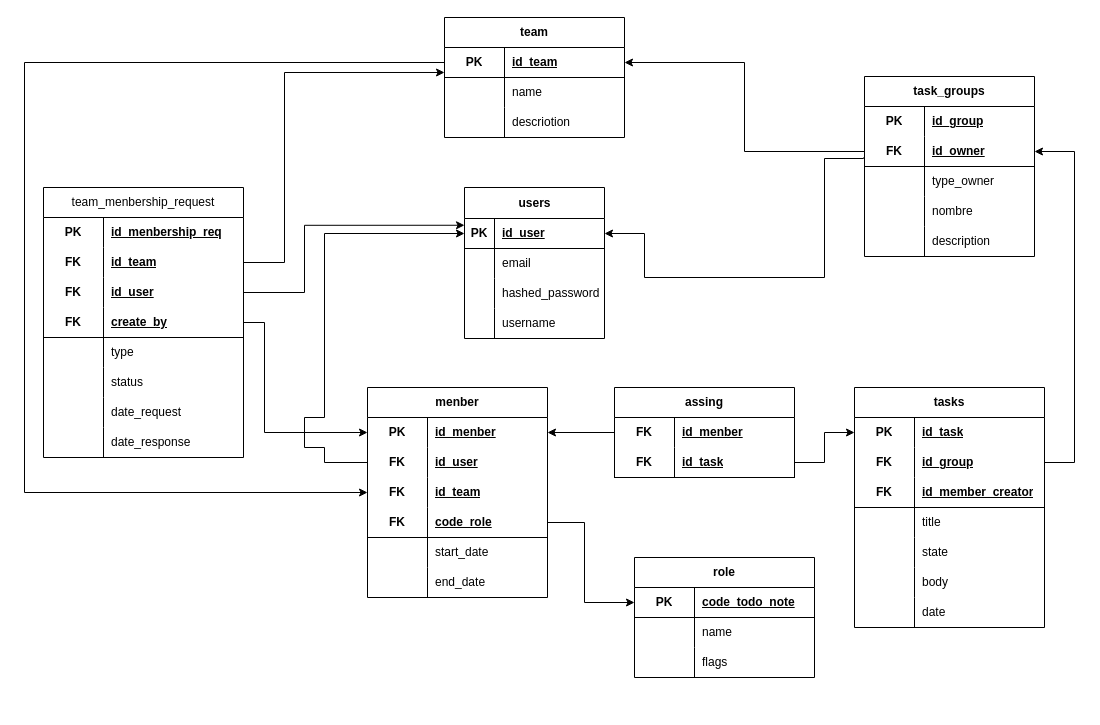
Earlier version of the draw.io diagram page "relational" (3 of 3) of docs/todo_app.drawio (XhuaSpy/task_system_for_teams). Source tidied: cells renumbered, new cells numbered last; positions are measured from the earlier drawing's top-left corner, leaving out a move shared by most shapes. Both pictures are drawn from the tidied source at 100%, with x=0, y=0 at pixel (24, 17).
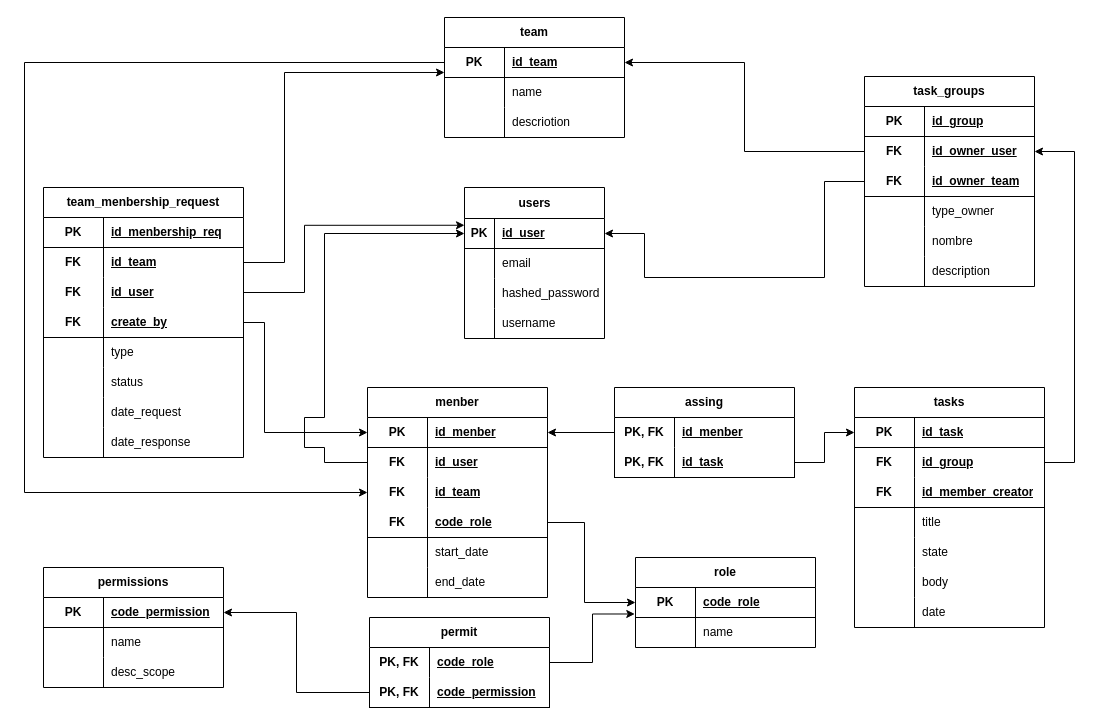
After the change.

Unchanged cells that the change refers to:
```xml
<mxCell id="3" style="shape=tableRow;horizontal=0;startSize=0;swimlaneHead=0;swimlaneBody=0;fillColor=none;points=[[0,0.5],[1,0.5]];portConstraint=eastwest;top=0;left=0;right=0;bottom=1;" parent="2" vertex="1">
  <mxGeometry y="31" width="140" height="30" as="geometry" />
</mxCell>
<mxCell id="32" style="shape=tableRow;horizontal=0;startSize=0;swimlaneHead=0;swimlaneBody=0;fillColor=none;points=[[0,0.5],[1,0.5]];portConstraint=eastwest;top=0;left=0;right=0;bottom=1;html=1;" parent="31" vertex="1">
  <mxGeometry y="30" width="180" height="30" as="geometry" />
</mxCell>
<mxCell id="41" value="menber" style="shape=table;startSize=30;childLayout=tableLayout;rowLines=0;fontStyle=1;align=center;html=1;whiteSpace=wrap;" parent="1" vertex="1">
  <mxGeometry x="343" y="370" width="180" height="210" as="geometry" />
</mxCell>
<mxCell id="61" style="shape=tableRow;horizontal=0;startSize=0;swimlaneHead=0;swimlaneBody=0;fillColor=none;points=[[0,0.5],[1,0.5]];portConstraint=eastwest;top=0;left=0;right=0;bottom=1;html=1;" parent="60" vertex="1">
  <mxGeometry y="30" width="180" height="30" as="geometry" />
</mxCell>
<mxCell id="96" style="shape=tableRow;horizontal=0;startSize=0;swimlaneHead=0;swimlaneBody=0;fillColor=none;points=[[0,0.5],[1,0.5]];portConstraint=eastwest;top=0;left=0;right=0;bottom=0;html=1;" parent="95" vertex="1">
  <mxGeometry y="30" width="180" height="30" as="geometry" />
</mxCell>
<mxCell id="99" style="shape=tableRow;horizontal=0;startSize=0;swimlaneHead=0;swimlaneBody=0;fillColor=none;points=[[0,0.5],[1,0.5]];portConstraint=eastwest;top=0;left=0;right=0;bottom=1;html=1;" parent="95" vertex="1">
  <mxGeometry y="60" width="180" height="30" as="geometry" />
</mxCell>
<mxCell id="102" value="tasks" style="shape=table;startSize=30;childLayout=tableLayout;rowLines=0;fontStyle=1;align=center;html=1;whiteSpace=wrap;" parent="1" vertex="1">
  <mxGeometry x="830" y="370" width="190" height="240" as="geometry" />
</mxCell>
```

Diff of the diagram source:
```diff
@@
     <mxCell id="15" value="task_groups" style="shape=table;startSize=30;childLayout=tableLayout;rowLines=0;fontStyle=1;align=center;html=1;whiteSpace=wrap;" parent="1" vertex="1">
-      <mxGeometry x="840" y="59" width="170" height="180" as="geometry" />
+      <mxGeometry x="840" y="59" width="170" height="210" as="geometry" />
     </mxCell>
-    <mxCell id="16" style="shape=tableRow;horizontal=0;startSize=0;swimlaneHead=0;swimlaneBody=0;fillColor=none;top=0;left=0;right=0;bottom=0;html=1;" parent="15" vertex="1">
+    <mxCell id="16" style="shape=tableRow;horizontal=0;startSize=0;swimlaneHead=0;swimlaneBody=0;fillColor=none;top=0;left=0;right=0;bottom=1;html=1;" parent="15" vertex="1">
       <mxGeometry y="30" width="170" height="30" as="geometry" />
     </mxCell>
@@
-    <mxCell id="19" style="shape=tableRow;horizontal=0;startSize=0;swimlaneHead=0;swimlaneBody=0;fillColor=none;points=[[0,0.5],[1,0.5]];portConstraint=eastwest;top=0;left=0;right=0;bottom=1;html=1;" parent="15" vertex="1">
+    <mxCell id="19" style="shape=tableRow;horizontal=0;startSize=0;swimlaneHead=0;swimlaneBody=0;fillColor=none;points=[[0,0.5],[1,0.5]];portConstraint=eastwest;top=0;left=0;right=0;bottom=0;html=1;" parent="15" vertex="1">
       <mxGeometry y="60" width="170" height="30" as="geometry" />
     </mxCell>
@@
-    <mxCell id="21" value="id_owner" style="shape=partialRectangle;fillColor=none;top=0;left=0;bottom=0;right=0;align=left;spacingLeft=6;fontStyle=5;overflow=hidden;html=1;whiteSpace=wrap;" parent="19" vertex="1">
+    <mxCell id="21" value="id_owner_user" style="shape=partialRectangle;fillColor=none;top=0;left=0;bottom=0;right=0;align=left;spacingLeft=6;fontStyle=5;overflow=hidden;html=1;whiteSpace=wrap;" parent="19" vertex="1">
       <mxGeometry x="60" width="110" height="30" as="geometry" />
     </mxCell>
+    <mxCell id="135" style="shape=tableRow;horizontal=0;startSize=0;swimlaneHead=0;swimlaneBody=0;fillColor=none;points=[[0,0.5],[1,0.5]];portConstraint=eastwest;top=0;left=0;right=0;bottom=1;html=1;" parent="15" vertex="1">
+      <mxGeometry y="90" width="170" height="30" as="geometry" />
+    </mxCell>
+    <mxCell id="136" value="FK" style="shape=partialRectangle;fillColor=none;top=0;left=0;bottom=0;right=0;fontStyle=1;overflow=hidden;html=1;whiteSpace=wrap;" parent="135" vertex="1">
+      <mxGeometry width="60" height="30" as="geometry" />
+    </mxCell>
+    <mxCell id="137" value="id_owner_team" style="shape=partialRectangle;fillColor=none;top=0;left=0;bottom=0;right=0;align=left;spacingLeft=6;fontStyle=5;overflow=hidden;html=1;whiteSpace=wrap;" parent="135" vertex="1">
+      <mxGeometry x="60" width="110" height="30" as="geometry" />
+    </mxCell>
     <mxCell id="22" style="shape=tableRow;horizontal=0;startSize=0;swimlaneHead=0;swimlaneBody=0;fillColor=none;top=0;left=0;right=0;bottom=0;html=1;" parent="15" vertex="1">
-      <mxGeometry y="90" width="170" height="30" as="geometry" />
+      <mxGeometry y="120" width="170" height="30" as="geometry" />
     </mxCell>
@@
     <mxCell id="25" style="shape=tableRow;horizontal=0;startSize=0;swimlaneHead=0;swimlaneBody=0;fillColor=none;top=0;left=0;right=0;bottom=0;html=1;" parent="15" vertex="1">
-      <mxGeometry y="120" width="170" height="30" as="geometry" />
+      <mxGeometry y="150" width="170" height="30" as="geometry" />
     </mxCell>
@@
     <mxCell id="28" style="shape=tableRow;horizontal=0;startSize=0;swimlaneHead=0;swimlaneBody=0;fillColor=none;top=0;left=0;right=0;bottom=0;html=1;" parent="15" vertex="1">
-      <mxGeometry y="150" width="170" height="30" as="geometry" />
+      <mxGeometry y="180" width="170" height="30" as="geometry" />
     </mxCell>
@@
     <mxCell id="31" value="role" style="shape=table;startSize=30;childLayout=tableLayout;rowLines=0;fontStyle=1;align=center;html=1;whiteSpace=wrap;" parent="1" vertex="1">
-      <mxGeometry x="610" y="540" width="180" height="120" as="geometry" />
+      <mxGeometry x="611" y="540" width="180" height="90" as="geometry" />
     </mxCell>
@@
-    <mxCell id="34" value="code_todo_note" style="shape=partialRectangle;fillColor=none;top=0;left=0;bottom=0;right=0;align=left;spacingLeft=6;fontStyle=5;overflow=hidden;html=1;whiteSpace=wrap;" parent="32" vertex="1">
+    <mxCell id="34" value="code_role" style="shape=partialRectangle;fillColor=none;top=0;left=0;bottom=0;right=0;align=left;spacingLeft=6;fontStyle=5;overflow=hidden;html=1;whiteSpace=wrap;" parent="32" vertex="1">
       <mxGeometry x="60" width="120" height="30" as="geometry" />
     </mxCell>
@@
-    <mxCell id="38" style="shape=tableRow;horizontal=0;startSize=0;swimlaneHead=0;swimlaneBody=0;fillColor=none;top=0;left=0;right=0;bottom=0;html=1;" parent="31" vertex="1">
-      <mxGeometry y="90" width="180" height="30" as="geometry" />
-    </mxCell>
-    <mxCell id="39" style="shape=partialRectangle;fillColor=none;top=0;left=0;bottom=0;right=0;overflow=hidden;html=1;whiteSpace=wrap;" parent="38" vertex="1">
-      <mxGeometry width="60" height="30" as="geometry" />
-    </mxCell>
-    <mxCell id="40" value="flags" style="shape=partialRectangle;fillColor=none;top=0;left=0;bottom=0;right=0;align=left;spacingLeft=6;overflow=hidden;html=1;whiteSpace=wrap;" parent="38" vertex="1">
-      <mxGeometry x="60" width="120" height="30" as="geometry" />
-    </mxCell>
@@
-    <mxCell id="42" style="shape=tableRow;horizontal=0;startSize=0;swimlaneHead=0;swimlaneBody=0;fillColor=none;points=[[0,0.5],[1,0.5]];portConstraint=eastwest;top=0;left=0;right=0;bottom=0;html=1;" parent="41" vertex="1">
+    <mxCell id="42" style="shape=tableRow;horizontal=0;startSize=0;swimlaneHead=0;swimlaneBody=0;fillColor=none;points=[[0,0.5],[1,0.5]];portConstraint=eastwest;top=0;left=0;right=0;bottom=1;html=1;" parent="41" vertex="1">
       <mxGeometry y="30" width="180" height="30" as="geometry" />
     </mxCell>
@@
-    <mxCell id="70" value="&lt;span style=&quot;font-weight: 400;&quot;&gt;team_menbership_request&lt;/span&gt;" style="shape=table;startSize=30;childLayout=tableLayout;rowLines=0;fontStyle=1;align=center;html=1;whiteSpace=wrap;" parent="1" vertex="1">
+    <mxCell id="70" value="team_menbership_request" style="shape=table;startSize=30;childLayout=tableLayout;rowLines=0;fontStyle=1;align=center;html=1;whiteSpace=wrap;" parent="1" vertex="1">
       <mxGeometry x="19" y="170" width="200" height="270" as="geometry" />
     </mxCell>
-    <mxCell id="71" style="shape=tableRow;horizontal=0;startSize=0;swimlaneHead=0;swimlaneBody=0;fillColor=none;top=0;left=0;right=0;bottom=0;html=1;" parent="70" vertex="1">
+    <mxCell id="71" style="shape=tableRow;horizontal=0;startSize=0;swimlaneHead=0;swimlaneBody=0;fillColor=none;top=0;left=0;right=0;bottom=1;html=1;" parent="70" vertex="1">
       <mxGeometry y="30" width="200" height="30" as="geometry" />
     </mxCell>
@@
-    <mxCell id="97" value="FK" style="shape=partialRectangle;fillColor=none;top=0;left=0;bottom=0;right=0;fontStyle=1;overflow=hidden;html=1;whiteSpace=wrap;" parent="96" vertex="1">
+    <mxCell id="97" value="PK, FK" style="shape=partialRectangle;fillColor=none;top=0;left=0;bottom=0;right=0;fontStyle=1;overflow=hidden;html=1;whiteSpace=wrap;" parent="96" vertex="1">
       <mxGeometry width="60" height="30" as="geometry" />
     </mxCell>
@@
-    <mxCell id="100" value="FK" style="shape=partialRectangle;fillColor=none;top=0;left=0;bottom=0;right=0;fontStyle=1;overflow=hidden;html=1;whiteSpace=wrap;" parent="99" vertex="1">
+    <mxCell id="100" value="PK, FK" style="shape=partialRectangle;fillColor=none;top=0;left=0;bottom=0;right=0;fontStyle=1;overflow=hidden;html=1;whiteSpace=wrap;" parent="99" vertex="1">
       <mxGeometry width="60" height="30" as="geometry" />
     </mxCell>
@@
-    <mxCell id="103" style="shape=tableRow;horizontal=0;startSize=0;swimlaneHead=0;swimlaneBody=0;fillColor=none;points=[[0,0.5],[1,0.5]];portConstraint=eastwest;top=0;left=0;right=0;bottom=0;html=1;" parent="102" vertex="1">
+    <mxCell id="103" style="shape=tableRow;horizontal=0;startSize=0;swimlaneHead=0;swimlaneBody=0;fillColor=none;points=[[0,0.5],[1,0.5]];portConstraint=eastwest;top=0;left=0;right=0;bottom=1;html=1;" parent="102" vertex="1">
       <mxGeometry y="30" width="190" height="30" as="geometry" />
     </mxCell>
@@
-    <mxCell id="129" style="edgeStyle=orthogonalEdgeStyle;rounded=0;jettySize=auto;html=1;entryX=1;entryY=0.5;entryDx=0;entryDy=0;" parent="1" edge="1" source="19" target="61">
+    <mxCell id="129" style="edgeStyle=orthogonalEdgeStyle;rounded=0;jettySize=auto;html=1;entryX=1;entryY=0.5;entryDx=0;entryDy=0;exitX=0;exitY=0.5;exitDx=0;exitDy=0;" parent="1" edge="1" source="19" target="61">
       <mxGeometry relative="1" as="geometry" />
     </mxCell>
-    <mxCell id="130" style="edgeStyle=orthogonalEdgeStyle;rounded=0;jettySize=auto;html=1;entryX=1;entryY=0.5;entryDx=0;entryDy=0;" parent="1" edge="1" target="3">
+    <mxCell id="130" style="edgeStyle=orthogonalEdgeStyle;rounded=0;jettySize=auto;html=1;entryX=1;entryY=0.5;entryDx=0;entryDy=0;exitX=0;exitY=0.5;exitDx=0;exitDy=0;" parent="1" edge="1" source="135" target="3">
       <mxGeometry relative="1" as="geometry">
-        <mxPoint x="839" y="140" as="sourcePoint" />
         <Array as="points">
-          <mxPoint x="800" y="141" />
+          <mxPoint x="800" y="164" />
           <mxPoint x="800" y="260" />
           <mxPoint x="620" y="260" />
           <mxPoint x="620" y="216" />
         </Array>
       </mxGeometry>
     </mxCell>
@@
+    <mxCell id="138" value="permissions" style="shape=table;startSize=30;childLayout=tableLayout;rowLines=0;fontStyle=1;align=center;html=1;whiteSpace=wrap;" parent="1" vertex="1">
+      <mxGeometry x="19" y="550" width="180" height="120" as="geometry" />
+    </mxCell>
+    <mxCell id="139" style="shape=tableRow;horizontal=0;startSize=0;swimlaneHead=0;swimlaneBody=0;fillColor=none;points=[[0,0.5],[1,0.5]];portConstraint=eastwest;top=0;left=0;right=0;bottom=1;html=1;" parent="138" vertex="1">
+      <mxGeometry y="30" width="180" height="30" as="geometry" />
+    </mxCell>
+    <mxCell id="140" value="PK" style="shape=partialRectangle;fillColor=none;top=0;left=0;bottom=0;right=0;fontStyle=1;overflow=hidden;html=1;whiteSpace=wrap;" parent="139" vertex="1">
+      <mxGeometry width="60" height="30" as="geometry" />
+    </mxCell>
+    <mxCell id="141" value="code_permission" style="shape=partialRectangle;fillColor=none;top=0;left=0;bottom=0;right=0;align=left;spacingLeft=6;fontStyle=5;overflow=hidden;html=1;whiteSpace=wrap;" parent="139" vertex="1">
+      <mxGeometry x="60" width="120" height="30" as="geometry" />
+    </mxCell>
+    <mxCell id="142" style="shape=tableRow;horizontal=0;startSize=0;swimlaneHead=0;swimlaneBody=0;fillColor=none;top=0;left=0;right=0;bottom=0;html=1;" parent="138" vertex="1">
+      <mxGeometry y="60" width="180" height="30" as="geometry" />
+    </mxCell>
+    <mxCell id="143" style="shape=partialRectangle;fillColor=none;top=0;left=0;bottom=0;right=0;overflow=hidden;html=1;whiteSpace=wrap;" parent="142" vertex="1">
+      <mxGeometry width="60" height="30" as="geometry" />
+    </mxCell>
+    <mxCell id="144" value="name" style="shape=partialRectangle;fillColor=none;top=0;left=0;bottom=0;right=0;align=left;spacingLeft=6;overflow=hidden;html=1;whiteSpace=wrap;" parent="142" vertex="1">
+      <mxGeometry x="60" width="120" height="30" as="geometry" />
+    </mxCell>
+    <mxCell id="38" style="shape=tableRow;horizontal=0;startSize=0;swimlaneHead=0;swimlaneBody=0;fillColor=none;top=0;left=0;right=0;bottom=0;html=1;" parent="138" vertex="1">
+      <mxGeometry y="90" width="180" height="30" as="geometry" />
+    </mxCell>
+    <mxCell id="145" style="shape=partialRectangle;fillColor=none;top=0;left=0;bottom=0;right=0;overflow=hidden;html=1;whiteSpace=wrap;" parent="38" vertex="1">
+      <mxGeometry width="60" height="30" as="geometry" />
+    </mxCell>
+    <mxCell id="146" value="desc_scope" style="shape=partialRectangle;fillColor=none;top=0;left=0;bottom=0;right=0;align=left;spacingLeft=6;overflow=hidden;html=1;whiteSpace=wrap;" parent="38" vertex="1">
+      <mxGeometry x="60" width="120" height="30" as="geometry" />
+    </mxCell>
+    <mxCell id="147" value="&lt;b style=&quot;&quot;&gt;&lt;font&gt;permit&lt;/font&gt;&lt;/b&gt;" style="shape=table;startSize=30;childLayout=tableLayout;rowLines=0;fontStyle=1;align=center;html=1;whiteSpace=wrap;" parent="1" vertex="1">
+      <mxGeometry x="345" y="600" width="180" height="90" as="geometry" />
+    </mxCell>
+    <mxCell id="148" style="shape=tableRow;horizontal=0;startSize=0;swimlaneHead=0;swimlaneBody=0;fillColor=none;points=[[0,0.5],[1,0.5]];portConstraint=eastwest;top=0;left=0;right=0;bottom=0;html=1;" parent="147" vertex="1">
+      <mxGeometry y="30" width="180" height="30" as="geometry" />
+    </mxCell>
+    <mxCell id="149" value="PK, FK" style="shape=partialRectangle;fillColor=none;top=0;left=0;bottom=0;right=0;fontStyle=1;overflow=hidden;html=1;whiteSpace=wrap;" parent="148" vertex="1">
+      <mxGeometry width="60" height="30" as="geometry" />
+    </mxCell>
+    <mxCell id="150" value="code_role" style="shape=partialRectangle;fillColor=none;top=0;left=0;bottom=0;right=0;align=left;spacingLeft=6;fontStyle=5;overflow=hidden;html=1;whiteSpace=wrap;" parent="148" vertex="1">
+      <mxGeometry x="60" width="120" height="30" as="geometry" />
+    </mxCell>
+    <mxCell id="151" style="shape=tableRow;horizontal=0;startSize=0;swimlaneHead=0;swimlaneBody=0;fillColor=none;points=[[0,0.5],[1,0.5]];portConstraint=eastwest;top=0;left=0;right=0;bottom=1;html=1;" parent="147" vertex="1">
+      <mxGeometry y="60" width="180" height="30" as="geometry" />
+    </mxCell>
+    <mxCell id="152" value="PK, FK" style="shape=partialRectangle;fillColor=none;top=0;left=0;bottom=0;right=0;fontStyle=1;overflow=hidden;html=1;whiteSpace=wrap;" parent="151" vertex="1">
+      <mxGeometry width="60" height="30" as="geometry" />
+    </mxCell>
+    <mxCell id="153" value="code_permission" style="shape=partialRectangle;fillColor=none;top=0;left=0;bottom=0;right=0;align=left;spacingLeft=6;fontStyle=5;overflow=hidden;html=1;whiteSpace=wrap;" parent="151" vertex="1">
+      <mxGeometry x="60" width="120" height="30" as="geometry" />
+    </mxCell>
+    <mxCell id="154" style="edgeStyle=orthogonalEdgeStyle;rounded=0;jettySize=auto;html=1;exitX=1;exitY=0.5;exitDx=0;exitDy=0;entryX=0;entryY=0.5;entryDx=0;entryDy=0;startArrow=classic;startFill=1;endArrow=none;endFill=0;" parent="1" edge="1" source="139" target="151">
+      <mxGeometry relative="1" as="geometry" />
+    </mxCell>
+    <mxCell id="155" style="edgeStyle=orthogonalEdgeStyle;rounded=0;jettySize=auto;html=1;entryX=-0.004;entryY=0.883;entryDx=0;entryDy=0;entryPerimeter=0;" parent="1" edge="1" source="148" target="32">
+      <mxGeometry relative="1" as="geometry" />
+    </mxCell>
```
